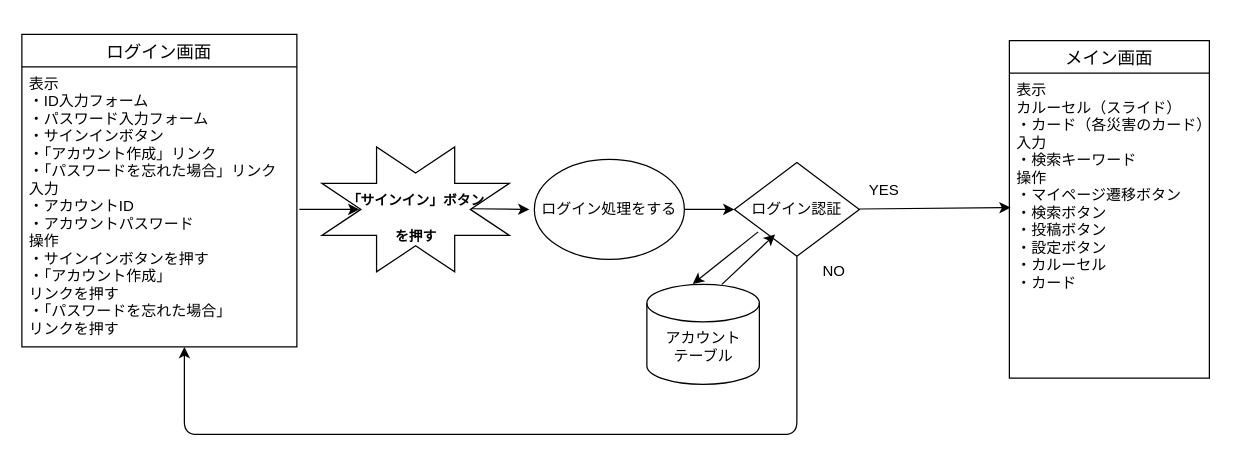
Above: 画面遷移図/ログイン画面.drawio in Ryusei44237/sotuken (draw.io), before the change. Source tidied: cells renumbered, new cells numbered last; positions are measured from the earlier drawing's top-left corner, leaving out a move shared by most shapes. Both pictures are drawn from the tidied source at 125%, with x=0, y=0 at pixel (21, 34).
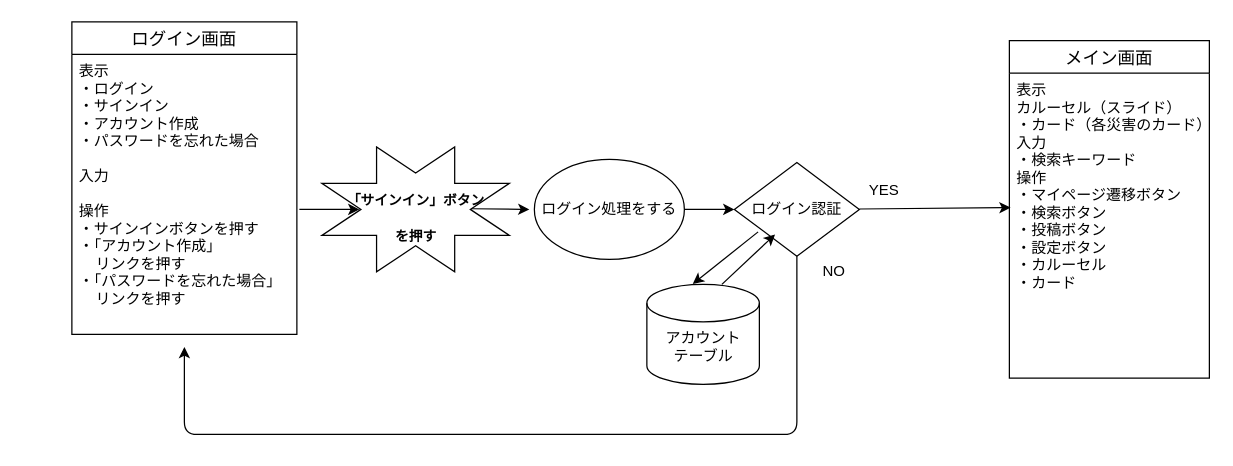
Above is the later version.

Change to the diagram source:
```diff
@@
-    <mxCell id="16" value="ログイン画面" style="swimlane;fontStyle=0;horizontal=1;startSize=26;align=center;fontSize=14;" parent="1" vertex="1">
-      <mxGeometry width="220" height="250" as="geometry" />
-    </mxCell>
-    <mxCell id="17" value="表示&#10;・ID入力フォーム&#10;・パスワード入力フォーム&#10;・サインインボタン&#10;・「アカウント作成」リンク&#10;・「パスワードを忘れた場合」リンク&#10;入力&#10;・アカウントID&#10;・アカウントパスワード&#10;操作&#10;・サインインボタンを押す&#10;・「アカウント作成」&#10;リンクを押す&#10;・「パスワードを忘れた場合」&#10;リンクを押す" style="text;strokeColor=none;fillColor=none;spacingLeft=4;spacingRight=4;overflow=hidden;fontSize=12;" parent="16" vertex="1">
-      <mxGeometry y="26" width="220" height="224" as="geometry" />
-    </mxCell>
@@
+    <mxCell id="16" value="ログイン画面" style="swimlane;fontStyle=0;horizontal=1;startSize=26;align=center;fontSize=14;" parent="1" vertex="1">
+      <mxGeometry x="40" y="-10" width="180" height="250" as="geometry" />
+    </mxCell>
+    <mxCell id="22" value="表示&#10;・ログイン&#10;・サインイン&#10;・アカウント作成&#10;・パスワードを忘れた場合&#10;&#10;入力&#10;&#10;操作&#10;・サインインボタンを押す&#10;・「アカウント作成」&#10;    リンクを押す&#10;・「パスワードを忘れた場合」&#10;    リンクを押す" style="text;strokeColor=none;fillColor=none;spacingLeft=4;spacingRight=4;overflow=hidden;fontSize=12;" parent="16" vertex="1">
+      <mxGeometry y="26" width="180" height="224" as="geometry" />
+    </mxCell>
```
